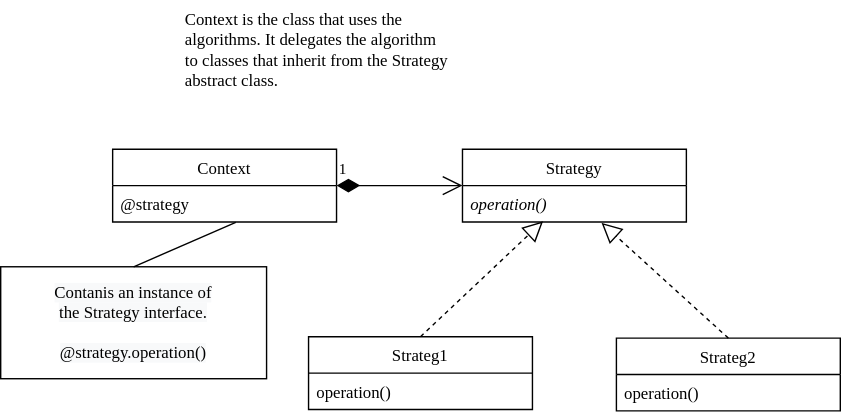
The draw.io diagram docs/design-patterns/strategy.assets/strategy-1.drawio.svg in FernandoBasso/ReadTheDocs-Dev-How-To, before a commit. Source tidied: cells renumbered, new cells last; positions are measured from the earlier drawing's top-left corner, leaving out a move shared by most shapes.
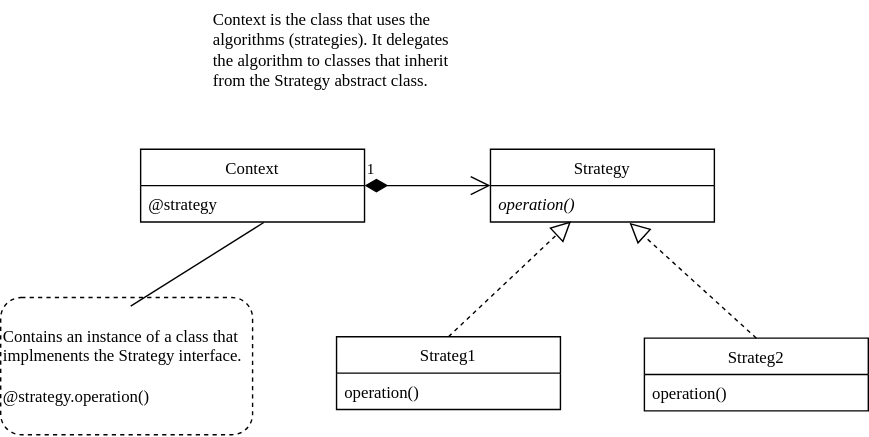
Later version of the same file.

Commit message:
design-pattern: Update notes on strategy pattern

The edit, as a diff of the source:
```diff
@@ -8,8 +8,8 @@
     <mxCell id="3" value="@strategy" style="text;strokeColor=none;fillColor=none;align=left;verticalAlign=top;spacingLeft=4;spacingRight=4;overflow=hidden;points=[[0,0.5],[1,0.5]];portConstraint=eastwest;fontFamily=Source Code Pro Semibold;fontSource=https%3A%2F%2Ffonts.googleapis.com%2Fcss%3Ffamily%3DSource%2BCode%2BPro%2BSemibold;" parent="2" vertex="1">
       <mxGeometry y="26" width="160" height="26" as="geometry" />
     </mxCell>
-    <mxCell id="4" value="Context is the class that uses the&lt;br&gt;algorithms. It delegates the algorithm&lt;br&gt;to classes that inherit from the Strategy&lt;br&gt;abstract class." style="text;html=1;align=left;verticalAlign=middle;strokeColor=none;fillColor=none;fontFamily=Source Code Pro Semibold;fontSource=https%3A%2F%2Ffonts.googleapis.com%2Fcss%3Ffamily%3DSource%2BCode%2BPro%2BSemibold;" parent="1" vertex="1">
-      <mxGeometry x="130" width="320" height="70" as="geometry" />
+    <mxCell id="4" value="Context is the class that uses the&lt;br&gt;algorithms (strategies). It delegates&lt;br&gt;the algorithm to classes that inherit&lt;br&gt;from the Strategy abstract class." style="text;html=1;align=left;verticalAlign=middle;strokeColor=none;fillColor=none;fontFamily=Source Code Pro Semibold;fontSource=https%3A%2F%2Ffonts.googleapis.com%2Fcss%3Ffamily%3DSource%2BCode%2BPro%2BSemibold;" parent="1" vertex="1">
+      <mxGeometry x="130" width="290" height="70" as="geometry" />
     </mxCell>
     <mxCell id="5" value="Strategy" style="swimlane;fontStyle=0;horizontal=1;startSize=26;fillColor=none;fontFamily=Source Code Pro Semibold;fontSource=https%3A%2F%2Ffonts.googleapis.com%2Fcss%3Ffamily%3DSource%2BCode%2BPro%2BSemibold;" parent="1" vertex="1">
       <mxGeometry x="330" y="106" width="160" height="52" as="geometry" />
@@ -32,8 +32,8 @@
     <mxCell id="11" value="1" style="endArrow=open;html=1;endSize=12;startArrow=diamondThin;startSize=14;startFill=1;edgeStyle=orthogonalEdgeStyle;align=left;verticalAlign=bottom;rounded=0;entryX=0;entryY=0.5;entryDx=0;entryDy=0;exitX=1;exitY=0.5;exitDx=0;exitDy=0;fontFamily=Source Code Pro Semibold;fontSource=https%3A%2F%2Ffonts.googleapis.com%2Fcss%3Ffamily%3DSource%2BCode%2BPro%2BSemibold;" parent="1" edge="1" source="2" target="5">
       <mxGeometry x="-1" y="3" relative="1" as="geometry" />
     </mxCell>
-    <mxCell id="12" value="&lt;span style=&quot;color: rgb(0, 0, 0); font-family: &amp;quot;Source Code Pro Semibold&amp;quot;; font-size: 12px; font-style: normal; font-variant-ligatures: normal; font-variant-caps: normal; font-weight: 400; letter-spacing: normal; orphans: 2; text-align: left; text-indent: 0px; text-transform: none; widows: 2; word-spacing: 0px; -webkit-text-stroke-width: 0px; background-color: rgb(248, 249, 250); text-decoration-thickness: initial; text-decoration-style: initial; text-decoration-color: initial; float: none; display: inline !important;&quot;&gt;Contanis an instance of&lt;/span&gt;&lt;br style=&quot;color: rgb(0, 0, 0); font-family: &amp;quot;Source Code Pro Semibold&amp;quot;; font-size: 12px; font-style: normal; font-variant-ligatures: normal; font-variant-caps: normal; font-weight: 400; letter-spacing: normal; orphans: 2; text-align: left; text-indent: 0px; text-transform: none; widows: 2; word-spacing: 0px; -webkit-text-stroke-width: 0px; background-color: rgb(248, 249, 250); text-decoration-thickness: initial; text-decoration-style: initial; text-decoration-color: initial;&quot;&gt;&lt;span style=&quot;color: rgb(0, 0, 0); font-family: &amp;quot;Source Code Pro Semibold&amp;quot;; font-size: 12px; font-style: normal; font-variant-ligatures: normal; font-variant-caps: normal; font-weight: 400; letter-spacing: normal; orphans: 2; text-align: left; text-indent: 0px; text-transform: none; widows: 2; word-spacing: 0px; -webkit-text-stroke-width: 0px; background-color: rgb(248, 249, 250); text-decoration-thickness: initial; text-decoration-style: initial; text-decoration-color: initial; float: none; display: inline !important;&quot;&gt;the Strategy interface.&lt;/span&gt;&lt;br style=&quot;color: rgb(0, 0, 0); font-family: &amp;quot;Source Code Pro Semibold&amp;quot;; font-size: 12px; font-style: normal; font-variant-ligatures: normal; font-variant-caps: normal; font-weight: 400; letter-spacing: normal; orphans: 2; text-align: left; text-indent: 0px; text-transform: none; widows: 2; word-spacing: 0px; -webkit-text-stroke-width: 0px; background-color: rgb(248, 249, 250); text-decoration-thickness: initial; text-decoration-style: initial; text-decoration-color: initial;&quot;&gt;&lt;br style=&quot;color: rgb(0, 0, 0); font-family: &amp;quot;Source Code Pro Semibold&amp;quot;; font-size: 12px; font-style: normal; font-variant-ligatures: normal; font-variant-caps: normal; font-weight: 400; letter-spacing: normal; orphans: 2; text-align: left; text-indent: 0px; text-transform: none; widows: 2; word-spacing: 0px; -webkit-text-stroke-width: 0px; background-color: rgb(248, 249, 250); text-decoration-thickness: initial; text-decoration-style: initial; text-decoration-color: initial;&quot;&gt;&lt;span style=&quot;color: rgb(0, 0, 0); font-family: &amp;quot;Source Code Pro Semibold&amp;quot;; font-size: 12px; font-style: normal; font-variant-ligatures: normal; font-variant-caps: normal; font-weight: 400; letter-spacing: normal; orphans: 2; text-align: left; text-indent: 0px; text-transform: none; widows: 2; word-spacing: 0px; -webkit-text-stroke-width: 0px; background-color: rgb(248, 249, 250); text-decoration-thickness: initial; text-decoration-style: initial; text-decoration-color: initial; float: none; display: inline !important;&quot;&gt;@strategy.operation()&lt;/span&gt;" style="rounded=0;whiteSpace=wrap;html=1;fontFamily=Source Code Pro Semibold;fontSource=https%3A%2F%2Ffonts.googleapis.com%2Fcss%3Ffamily%3DSource%2BCode%2BPro%2BSemibold;fillStyle=hatch;" parent="1" vertex="1">
-      <mxGeometry y="190" width="190" height="80" as="geometry" />
+    <mxCell id="12" value="&lt;div&gt;Contains an instance of a class that implmenents the&lt;span style=&quot;background-color: initial;&quot;&gt;&amp;nbsp;Strategy interface.&lt;/span&gt;&lt;/div&gt;&lt;div&gt;&lt;br&gt;&lt;/div&gt;&lt;div&gt;@strategy.operation()&lt;/div&gt;" style="rounded=1;whiteSpace=wrap;html=1;fontFamily=Source Code Pro Semibold;fontSource=https%3A%2F%2Ffonts.googleapis.com%2Fcss%3Ffamily%3DSource%2BCode%2BPro%2BSemibold;fillStyle=hatch;align=left;perimeterSpacing=14;dashed=1;strokeWidth=1;" parent="1" vertex="1">
+      <mxGeometry x="-20" y="212" width="180" height="98" as="geometry" />
     </mxCell>
     <mxCell id="13" style="endArrow=block;dashed=1;endFill=0;endSize=12;html=1;rounded=0;entryX=0.36;entryY=0.978;entryDx=0;entryDy=0;entryPerimeter=0;exitX=0.5;exitY=0;exitDx=0;exitDy=0;fontFamily=Source Code Pro Semibold;fontSource=https%3A%2F%2Ffonts.googleapis.com%2Fcss%3Ffamily%3DSource%2BCode%2BPro%2BSemibold;" parent="1" edge="1" source="7" target="6">
       <mxGeometry relative="1" as="geometry" />
@@ -41,7 +41,7 @@
     <mxCell id="14" style="endArrow=block;dashed=1;endFill=0;endSize=12;html=1;rounded=0;entryX=0.621;entryY=1.022;entryDx=0;entryDy=0;entryPerimeter=0;exitX=0.5;exitY=0;exitDx=0;exitDy=0;fontFamily=Source Code Pro Semibold;fontSource=https%3A%2F%2Ffonts.googleapis.com%2Fcss%3Ffamily%3DSource%2BCode%2BPro%2BSemibold;" parent="1" edge="1" source="9" target="6">
       <mxGeometry relative="1" as="geometry" />
     </mxCell>
-    <mxCell id="15" style="endArrow=none;html=1;rounded=0;fontFamily=Source Code Pro Semibold;fontSource=https%3A%2F%2Ffonts.googleapis.com%2Fcss%3Ffamily%3DSource%2BCode%2BPro%2BSemibold;entryX=0.55;entryY=1.013;entryDx=0;entryDy=0;entryPerimeter=0;exitX=0.5;exitY=0;exitDx=0;exitDy=0;" parent="1" edge="1" source="12" target="3">
+    <mxCell id="15" style="endArrow=none;html=1;rounded=0;fontFamily=Source Code Pro Semibold;fontSource=https%3A%2F%2Ffonts.googleapis.com%2Fcss%3Ffamily%3DSource%2BCode%2BPro%2BSemibold;entryX=0.55;entryY=1.013;entryDx=0;entryDy=0;entryPerimeter=0;exitX=0.514;exitY=0.16;exitDx=0;exitDy=0;exitPerimeter=0;" parent="1" edge="1" source="12" target="3">
       <mxGeometry relative="1" as="geometry" />
     </mxCell>
   </root>
```
